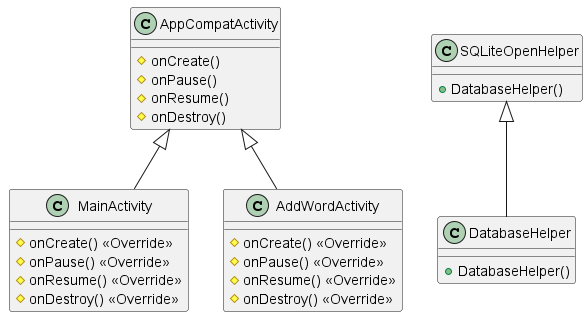
This is practice_end/template.png from andreypremiere/project_5, a PlantUML export, as it was before one commit. Source of this version:
```plantuml
@startuml

class AppCompatActivity  {
    # onCreate()
    # onPause()
    # onResume()
    # onDestroy()
}

class SQLiteOpenHelper  {
    + DatabaseHelper()
}

class DatabaseHelper  {
    + DatabaseHelper()
}

class MainActivity {
    # onCreate() <<Override>>
    # onPause() <<Override>>
    # onResume() <<Override>>
    # onDestroy() <<Override>>
}

class AddWordActivity {
    # onCreate() <<Override>>
    # onPause() <<Override>>
    # onResume() <<Override>>
    # onDestroy() <<Override>>
}

AppCompatActivity <|-- MainActivity
AppCompatActivity <|-- AddWordActivity
SQLiteOpenHelper <|-- DatabaseHelper

@enduml
```
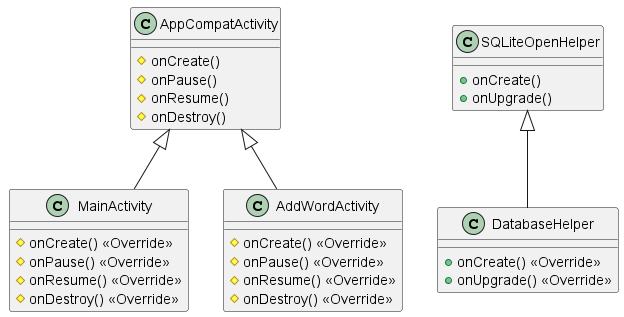
After the change.

Commit message:
Исправлены еще недочеты

What changed in the source:
```diff
@@ -8,11 +8,13 @@
 }
 
 class SQLiteOpenHelper  {
-    + DatabaseHelper()
+    + onCreate()
+    + onUpgrade()
 }
 
 class DatabaseHelper  {
-    + DatabaseHelper()
+    + onCreate() <<Override>>
+    + onUpgrade() <<Override>>
 }
 
 class MainActivity {
```
